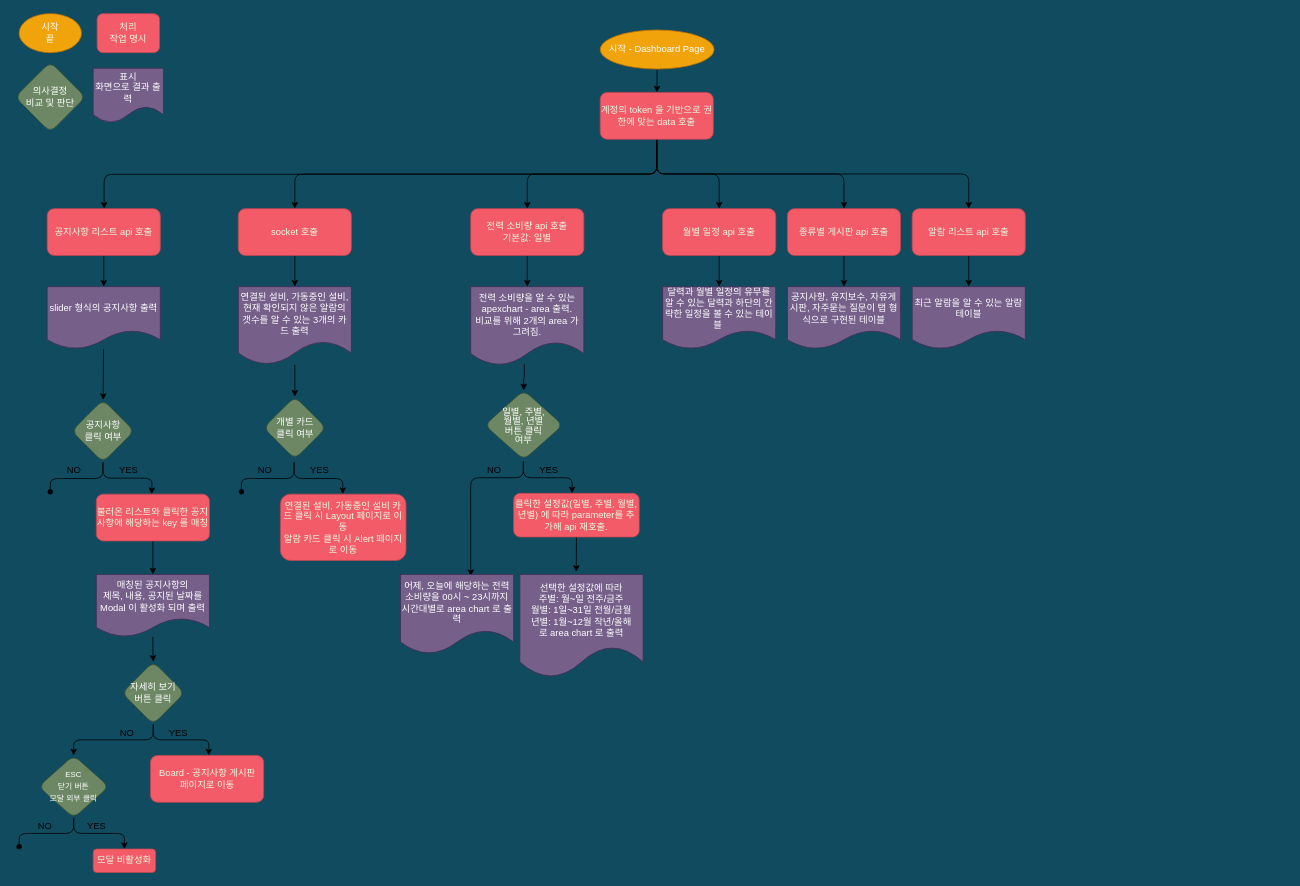
Before: dashboard-page.drawio in hws522/draw.io, a draw.io diagram. Source tidied: cells renumbered, new cells numbered last; positions are measured from the earlier drawing's top-left corner, leaving out a move shared by most shapes. Both pictures are drawn from the tidied source at 78%, with x=0, y=0 at pixel (15, 13).
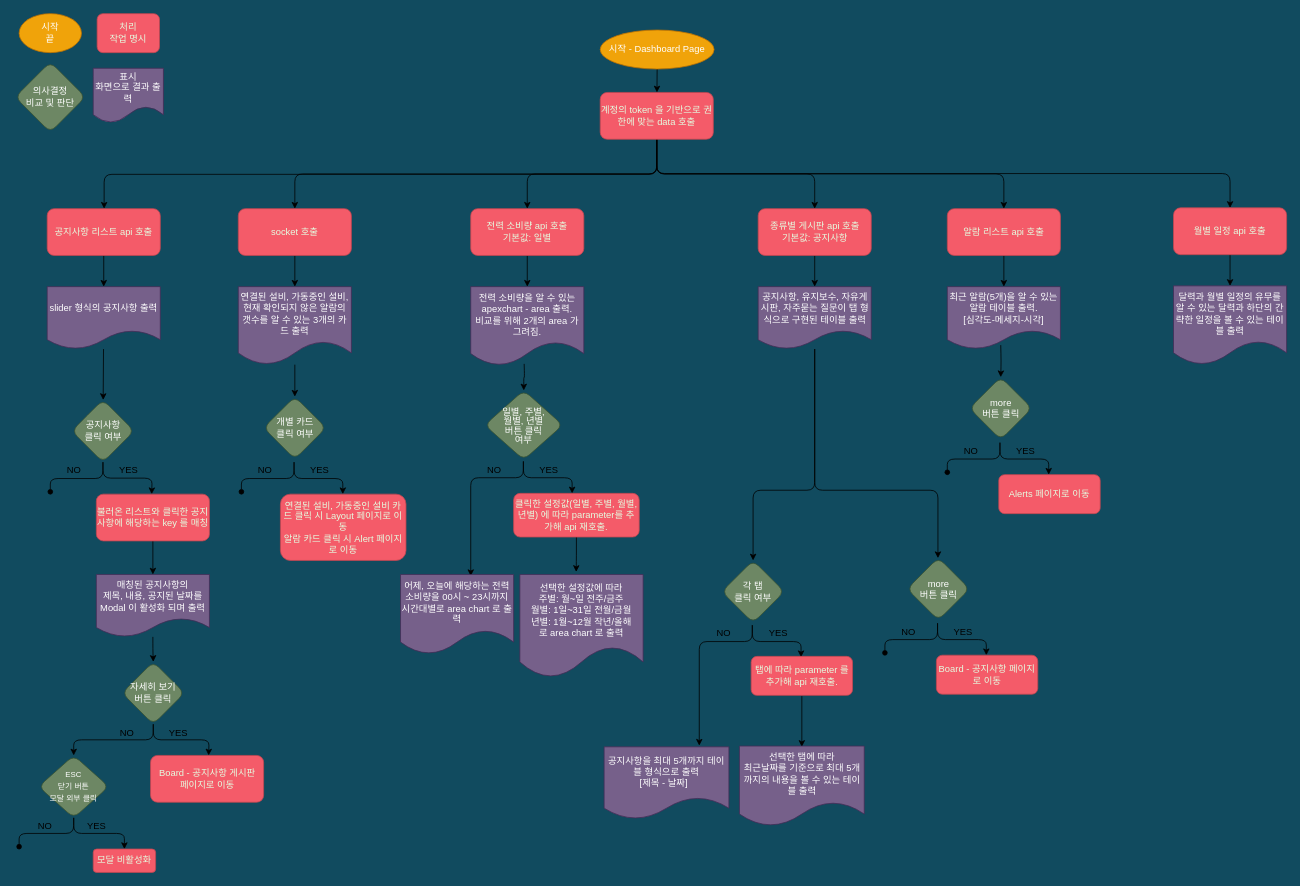
The same diagram, later.

Commit message:
게시판, 알람까지

The edit, as a diff of the source:
```diff
@@
-    <mxCell id="15" value="최근 알람을 알 수 있는 알람 테이블" style="shape=document;whiteSpace=wrap;html=1;boundedLbl=1;fillColor=#76608a;strokeColor=#432D57;fontColor=#ffffff;rounded=1;glass=0;strokeWidth=1;shadow=0;" parent="1" vertex="1">
-      <mxGeometry x="1150" y="350" width="145" height="80" as="geometry" />
+    <mxCell id="15" value="최근 알람(5개)을 알 수 있는 알람 테이블 출력.&lt;br&gt;[심각도-메세지-시각]" style="shape=document;whiteSpace=wrap;html=1;boundedLbl=1;fillColor=#76608a;strokeColor=#432D57;fontColor=#ffffff;rounded=1;glass=0;strokeWidth=1;shadow=0;" parent="1" vertex="1">
+      <mxGeometry x="1195" y="350" width="145" height="80" as="geometry" />
     </mxCell>
+    <mxCell id="72" style="edgeStyle=orthogonalEdgeStyle;html=1;shadow=0;fontSize=10;endArrow=classic;endFill=1;" parent="1" edge="1" source="16" target="81">
+      <mxGeometry relative="1" as="geometry">
+        <Array as="points">
+          <mxPoint x="1025" y="611" />
+          <mxPoint x="1183" y="611" />
+        </Array>
+      </mxGeometry>
+    </mxCell>
+    <mxCell id="73" style="edgeStyle=orthogonalEdgeStyle;html=1;shadow=0;fontSize=10;endArrow=classic;endFill=1;" parent="1" edge="1" source="16" target="87">
+      <mxGeometry relative="1" as="geometry">
+        <Array as="points">
+          <mxPoint x="1025" y="611" />
+          <mxPoint x="946" y="611" />
+        </Array>
+      </mxGeometry>
+    </mxCell>
-    <mxCell id="16" value="공지사항, 유지보수, 자유게시판, 자주묻는 질문이 탭 형식으로 구현된 테이블" style="shape=document;whiteSpace=wrap;html=1;boundedLbl=1;fillColor=#76608a;strokeColor=#432D57;fontColor=#ffffff;rounded=1;glass=0;strokeWidth=1;shadow=0;" parent="1" vertex="1">
-      <mxGeometry x="990" y="350" width="145" height="80" as="geometry" />
+    <mxCell id="16" value="공지사항, 유지보수, 자유게시판, 자주묻는 질문이 탭 형식으로 구현된 테이블 출력" style="shape=document;whiteSpace=wrap;html=1;boundedLbl=1;fillColor=#76608a;strokeColor=#432D57;fontColor=#ffffff;rounded=1;glass=0;strokeWidth=1;shadow=0;" parent="1" vertex="1">
+      <mxGeometry x="952.5" y="350" width="145" height="80" as="geometry" />
     </mxCell>
-    <mxCell id="17" value="달력과 월별 일정의 유무를 알 수 있는 달력과 하단의 간략한 일정을 볼 수 있는 테이블&amp;nbsp;" style="shape=document;whiteSpace=wrap;html=1;boundedLbl=1;fillColor=#76608a;strokeColor=#432D57;fontColor=#ffffff;rounded=1;glass=0;strokeWidth=1;shadow=0;" parent="1" vertex="1">
-      <mxGeometry x="830" y="350" width="145" height="80" as="geometry" />
+    <mxCell id="17" value="달력과 월별 일정의 유무를 알 수 있는 달력과 하단의 간략한 일정을 볼 수 있는 테이블 출력" style="shape=document;whiteSpace=wrap;html=1;boundedLbl=1;fillColor=#76608a;strokeColor=#432D57;fontColor=#ffffff;rounded=1;glass=0;strokeWidth=1;shadow=0;" parent="1" vertex="1">
+      <mxGeometry x="1485" y="349" width="145" height="101" as="geometry" />
     </mxCell>
@@
     <mxCell id="27" value="월별 일정 api 호출" style="whiteSpace=wrap;html=1;fillColor=#F45B69;strokeColor=#C34651;fontColor=#E4FDE1;rounded=1;glass=0;strokeWidth=1;shadow=0;" parent="1" vertex="1">
-      <mxGeometry x="830" y="250" width="145" height="60" as="geometry" />
+      <mxGeometry x="1485" y="249" width="145" height="60" as="geometry" />
     </mxCell>
@@
-    <mxCell id="29" value="종류별 게시판 api 호출" style="whiteSpace=wrap;html=1;fillColor=#F45B69;strokeColor=#C34651;fontColor=#E4FDE1;rounded=1;glass=0;strokeWidth=1;shadow=0;" parent="1" vertex="1">
-      <mxGeometry x="990" y="250" width="145" height="60" as="geometry" />
+    <mxCell id="29" value="종류별 게시판 api 호출&lt;br&gt;기본값: 공지사항" style="whiteSpace=wrap;html=1;fillColor=#F45B69;strokeColor=#C34651;fontColor=#E4FDE1;rounded=1;glass=0;strokeWidth=1;shadow=0;" parent="1" vertex="1">
+      <mxGeometry x="952.5" y="250" width="145" height="60" as="geometry" />
     </mxCell>
@@
     <mxCell id="31" value="알람 리스트 api 호출" style="whiteSpace=wrap;html=1;fillColor=#F45B69;strokeColor=#C34651;fontColor=#E4FDE1;rounded=1;glass=0;strokeWidth=1;shadow=0;" parent="1" vertex="1">
-      <mxGeometry x="1150" y="250" width="145" height="60" as="geometry" />
+      <mxGeometry x="1195" y="250" width="145" height="60" as="geometry" />
     </mxCell>
@@
+    <mxCell id="74" style="edgeStyle=orthogonalEdgeStyle;html=1;fontSize=10;endArrow=classic;endFill=1;" parent="1" edge="1" target="75">
+      <mxGeometry relative="1" as="geometry">
+        <mxPoint x="1263.5" y="425" as="sourcePoint" />
+      </mxGeometry>
+    </mxCell>
+    <mxCell id="75" value="more&lt;br&gt;버튼 클릭" style="rhombus;whiteSpace=wrap;html=1;fillColor=#6d8764;strokeColor=#3A5431;fontColor=#ffffff;rounded=1;glass=0;strokeWidth=1;shadow=0;" parent="1" vertex="1">
+      <mxGeometry x="1223.5" y="466" width="80" height="80" as="geometry" />
+    </mxCell>
+    <mxCell id="76" style="edgeStyle=orthogonalEdgeStyle;html=1;exitX=0.5;exitY=1;exitDx=0;exitDy=0;endArrow=oval;endFill=1;" parent="1" edge="1">
+      <mxGeometry relative="1" as="geometry">
+        <mxPoint x="1262.5" y="550" as="sourcePoint" />
+        <mxPoint x="1195" y="588" as="targetPoint" />
+        <Array as="points">
+          <mxPoint x="1263" y="571" />
+          <mxPoint x="1195" y="571" />
+        </Array>
+      </mxGeometry>
+    </mxCell>
+    <mxCell id="77" style="edgeStyle=orthogonalEdgeStyle;html=1;exitX=0.5;exitY=1;exitDx=0;exitDy=0;" parent="1" edge="1">
+      <mxGeometry relative="1" as="geometry">
+        <mxPoint x="1262.5" y="550" as="sourcePoint" />
+        <mxPoint x="1325" y="591" as="targetPoint" />
+        <Array as="points">
+          <mxPoint x="1263" y="571" />
+          <mxPoint x="1325" y="571" />
+        </Array>
+      </mxGeometry>
+    </mxCell>
+    <mxCell id="78" value="NO" style="text;html=1;align=center;verticalAlign=middle;strokeColor=none;fillColor=none;" parent="1" vertex="1">
+      <mxGeometry x="1205" y="546" width="40" height="30" as="geometry" />
+    </mxCell>
+    <mxCell id="79" value="YES" style="text;html=1;align=center;verticalAlign=middle;strokeColor=none;fillColor=none;" parent="1" vertex="1">
+      <mxGeometry x="1270" y="546" width="50" height="30" as="geometry" />
+    </mxCell>
+    <mxCell id="80" value="Alerts 페이지로 이동" style="whiteSpace=wrap;html=1;fillColor=#F45B69;strokeColor=#C34651;fontColor=#E4FDE1;rounded=1;glass=0;strokeWidth=1;shadow=0;" parent="1" vertex="1">
+      <mxGeometry x="1261" y="591" width="130" height="50" as="geometry" />
+    </mxCell>
+    <mxCell id="81" value="more&lt;br&gt;버튼 클릭" style="rhombus;whiteSpace=wrap;html=1;fillColor=#6d8764;strokeColor=#3A5431;fontColor=#ffffff;rounded=1;glass=0;strokeWidth=1;shadow=0;" parent="1" vertex="1">
+      <mxGeometry x="1143.5" y="697.5" width="80" height="80" as="geometry" />
+    </mxCell>
+    <mxCell id="82" style="edgeStyle=orthogonalEdgeStyle;html=1;exitX=0.5;exitY=1;exitDx=0;exitDy=0;endArrow=oval;endFill=1;" parent="1" edge="1">
+      <mxGeometry relative="1" as="geometry">
+        <mxPoint x="1182.5" y="781.5" as="sourcePoint" />
+        <mxPoint x="1115" y="819.5" as="targetPoint" />
+        <Array as="points">
+          <mxPoint x="1183" y="802.5" />
+          <mxPoint x="1115" y="802.5" />
+        </Array>
+      </mxGeometry>
+    </mxCell>
+    <mxCell id="83" style="edgeStyle=orthogonalEdgeStyle;html=1;exitX=0.5;exitY=1;exitDx=0;exitDy=0;" parent="1" edge="1">
+      <mxGeometry relative="1" as="geometry">
+        <mxPoint x="1182.5" y="781.5" as="sourcePoint" />
+        <mxPoint x="1245" y="822.5" as="targetPoint" />
+        <Array as="points">
+          <mxPoint x="1183" y="802.5" />
+          <mxPoint x="1245" y="802.5" />
+        </Array>
+      </mxGeometry>
+    </mxCell>
+    <mxCell id="84" value="NO" style="text;html=1;align=center;verticalAlign=middle;strokeColor=none;fillColor=none;" parent="1" vertex="1">
+      <mxGeometry x="1125" y="777.5" width="40" height="30" as="geometry" />
+    </mxCell>
+    <mxCell id="85" value="YES" style="text;html=1;align=center;verticalAlign=middle;strokeColor=none;fillColor=none;" parent="1" vertex="1">
+      <mxGeometry x="1190" y="777.5" width="50" height="30" as="geometry" />
+    </mxCell>
+    <mxCell id="86" value="Board - 공지사항 페이지로 이동" style="whiteSpace=wrap;html=1;fillColor=#F45B69;strokeColor=#C34651;fontColor=#E4FDE1;rounded=1;glass=0;strokeWidth=1;shadow=0;" parent="1" vertex="1">
+      <mxGeometry x="1181" y="822.5" width="130" height="50" as="geometry" />
+    </mxCell>
+    <mxCell id="87" value="각 탭&lt;br&gt;클릭 여부" style="rhombus;whiteSpace=wrap;html=1;fillColor=#6d8764;strokeColor=#3A5431;fontColor=#ffffff;rounded=1;glass=0;strokeWidth=1;shadow=0;" parent="1" vertex="1">
+      <mxGeometry x="906" y="701" width="80" height="80" as="geometry" />
+    </mxCell>
+    <mxCell id="88" style="edgeStyle=orthogonalEdgeStyle;html=1;exitX=0.5;exitY=1;exitDx=0;exitDy=0;endArrow=classic;endFill=1;" parent="1" edge="1">
+      <mxGeometry relative="1" as="geometry">
+        <mxPoint x="945" y="784" as="sourcePoint" />
+        <mxPoint x="877" y="938.4" as="targetPoint" />
+        <Array as="points">
+          <mxPoint x="945.5" y="805" />
+          <mxPoint x="877.5" y="805" />
+        </Array>
+      </mxGeometry>
+    </mxCell>
+    <mxCell id="89" style="edgeStyle=orthogonalEdgeStyle;html=1;exitX=0.5;exitY=1;exitDx=0;exitDy=0;" parent="1" edge="1">
+      <mxGeometry relative="1" as="geometry">
+        <mxPoint x="945" y="784" as="sourcePoint" />
+        <mxPoint x="1007.5" y="825" as="targetPoint" />
+        <Array as="points">
+          <mxPoint x="945.5" y="805" />
+          <mxPoint x="1007.5" y="805" />
+        </Array>
+      </mxGeometry>
+    </mxCell>
+    <mxCell id="90" value="NO" style="text;html=1;align=center;verticalAlign=middle;strokeColor=none;fillColor=none;" parent="1" vertex="1">
+      <mxGeometry x="887.5" y="780" width="40" height="30" as="geometry" />
+    </mxCell>
+    <mxCell id="91" value="YES" style="text;html=1;align=center;verticalAlign=middle;strokeColor=none;fillColor=none;" parent="1" vertex="1">
+      <mxGeometry x="952.5" y="780" width="50" height="30" as="geometry" />
+    </mxCell>
+    <mxCell id="92" style="edgeStyle=orthogonalEdgeStyle;html=1;shadow=0;fontSize=10;endArrow=classic;endFill=1;" parent="1" edge="1">
+      <mxGeometry relative="1" as="geometry">
+        <mxPoint x="1008.5" y="875" as="sourcePoint" />
+        <mxPoint x="1008.5" y="940" as="targetPoint" />
+      </mxGeometry>
+    </mxCell>
+    <mxCell id="93" value="탭에 따라 parameter 를 추가해 api 재호출." style="whiteSpace=wrap;html=1;fillColor=#F45B69;strokeColor=#C34651;fontColor=#E4FDE1;rounded=1;glass=0;strokeWidth=1;shadow=0;" parent="1" vertex="1">
+      <mxGeometry x="943.5" y="824" width="130" height="50" as="geometry" />
+    </mxCell>
+    <mxCell id="94" value="선택한 탭에 따라&lt;br&gt;최근날짜를 기준으로 최대 5개까지의 내용을&amp;nbsp;볼 수 있는 테이블 출력" style="shape=document;whiteSpace=wrap;html=1;boundedLbl=1;fillColor=#76608a;strokeColor=#432D57;fontColor=#ffffff;rounded=1;glass=0;strokeWidth=1;shadow=0;" parent="1" vertex="1">
+      <mxGeometry x="928.5" y="939" width="160" height="102.5" as="geometry" />
+    </mxCell>
+    <mxCell id="95" value="공지사항을 최대 5개까지 테이블 형식으로 출력 &lt;br&gt;[제목 - 날짜]&amp;nbsp;&amp;nbsp;" style="shape=document;whiteSpace=wrap;html=1;boundedLbl=1;fillColor=#76608a;strokeColor=#432D57;fontColor=#ffffff;rounded=1;glass=0;strokeWidth=1;shadow=0;" parent="1" vertex="1">
+      <mxGeometry x="755" y="940" width="160" height="92.5" as="geometry" />
+    </mxCell>
```
